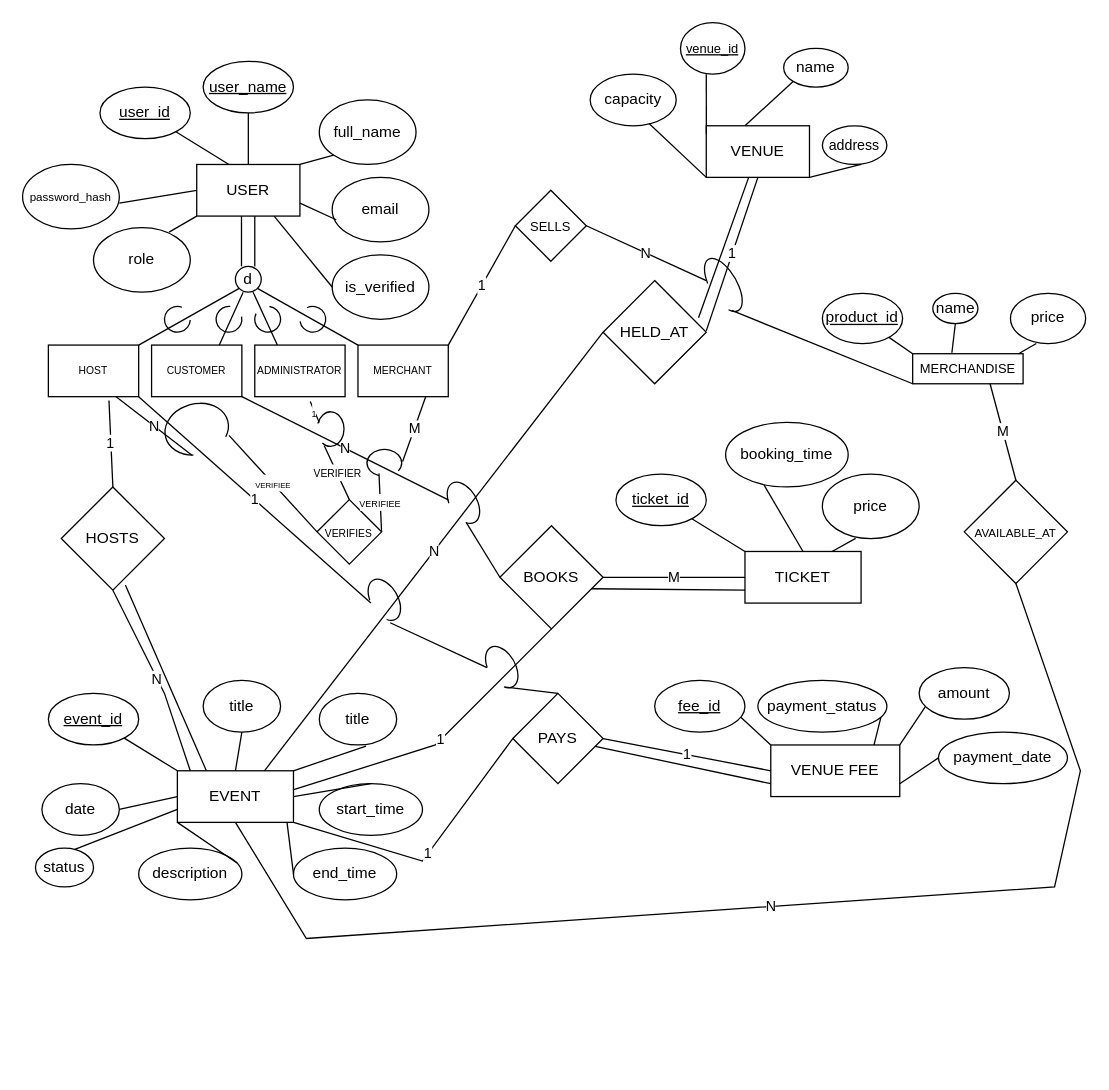
Earlier version of the draw.io diagram EER Diagram.drawio (lEVI2889/Cse-370). Source tidied: cells renumbered, new cells numbered last; positions are measured from the earlier drawing's top-left corner, leaving out a move shared by most shapes. Both pictures are drawn from the tidied source at 129%, with x=0, y=0 at pixel (22, 22).
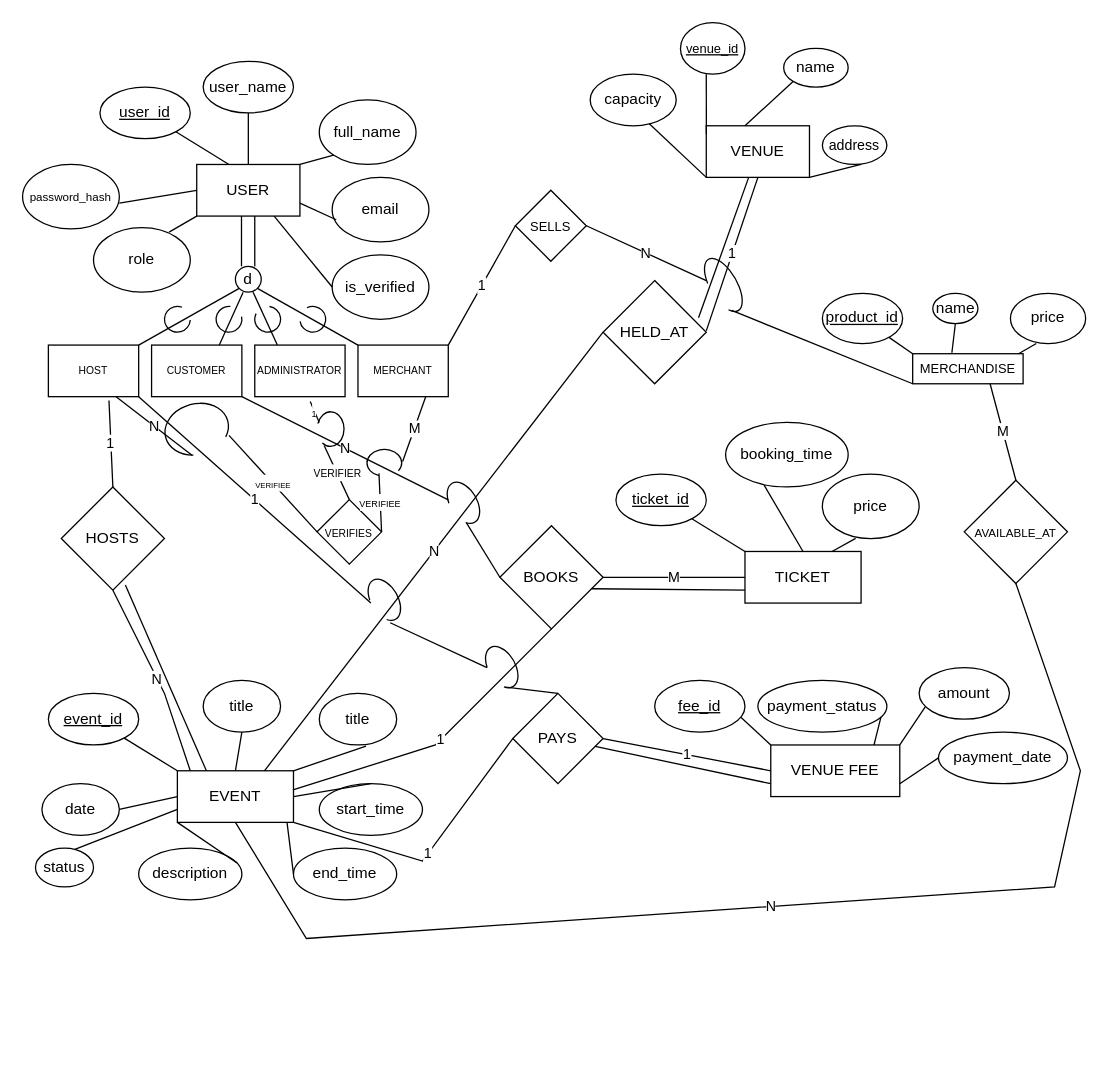
The same page after the edit.

The edit, as a diff of the source:
```diff
@@
-    <mxCell id="15" value="user_name" style="ellipse;whiteSpace=wrap;html=1;fontStyle=4;" parent="1" vertex="1">
+    <mxCell id="15" value="user_name" style="ellipse;whiteSpace=wrap;html=1;fontStyle=0;" parent="1" vertex="1">
       <mxGeometry x="140" y="30" width="70" height="40" as="geometry" />
     </mxCell>
```
